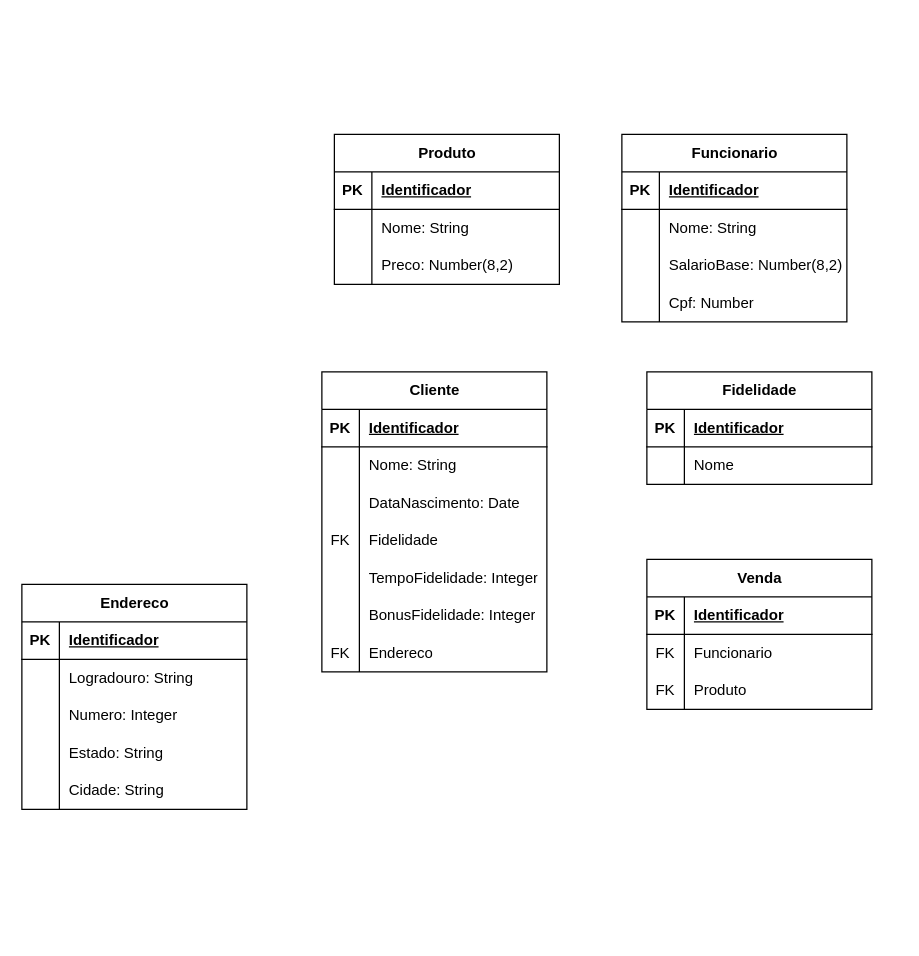
Earlier version of the draw.io diagram exercicios/exerc.drawio (LarissaAsito/DevInHouseM2S06). Source tidied: cells renumbered, new cells numbered last; positions are measured from the earlier drawing's top-left corner, leaving out a move shared by most shapes. Both pictures are drawn from the tidied source at 125%, with x=0, y=0 at pixel (21, 134).
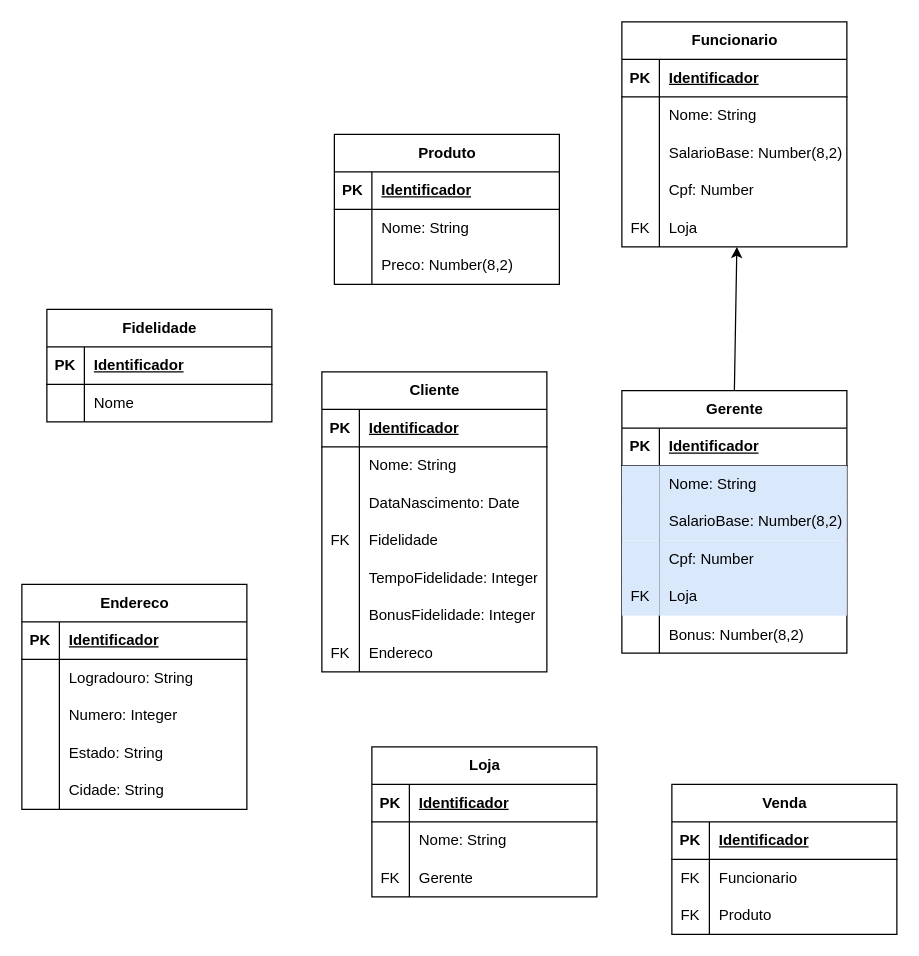
The same page after the edit.

Commit message:
Modificando exercicio 7

What changed in the source:
```diff
@@
     <mxCell id="12" value="Funcionario" style="shape=table;startSize=30;childLayout=tableLayout;rowLines=0;fontStyle=1;align=center;html=1;" parent="1" vertex="1">
-      <mxGeometry x="480" width="180" height="150" as="geometry" />
+      <mxGeometry x="480" y="-90" width="180" height="180" as="geometry" />
     </mxCell>
@@
+    <mxCell id="80" style="shape=tableRow;horizontal=0;startSize=0;swimlaneHead=0;swimlaneBody=0;fillColor=none;points=[[0,0.5],[1,0.5]];portConstraint=eastwest;top=0;left=0;right=0;bottom=0;" parent="12" vertex="1">
+      <mxGeometry y="150" width="180" height="30" as="geometry" />
+    </mxCell>
+    <mxCell id="81" value="FK" style="shape=partialRectangle;fillColor=none;top=0;left=0;bottom=0;right=0;fontStyle=0;overflow=hidden;whiteSpace=wrap;html=1;" parent="80" vertex="1">
+      <mxGeometry width="30" height="30" as="geometry" />
+    </mxCell>
+    <mxCell id="82" value="Loja" style="shape=partialRectangle;fillColor=none;top=0;left=0;bottom=0;right=0;align=left;spacingLeft=6;fontStyle=0;overflow=hidden;whiteSpace=wrap;html=1;" parent="80" vertex="1">
+      <mxGeometry x="30" width="150" height="30" as="geometry" />
+    </mxCell>
@@
     <mxCell id="47" value="Fidelidade" style="shape=table;startSize=30;childLayout=tableLayout;rowLines=0;fontStyle=1;align=center;html=1;" parent="1" vertex="1">
-      <mxGeometry x="500" y="190" width="180" height="90" as="geometry" />
+      <mxGeometry x="20" y="140" width="180" height="90" as="geometry" />
     </mxCell>
@@
     <mxCell id="54" value="Venda" style="shape=table;startSize=30;childLayout=tableLayout;rowLines=0;fontStyle=1;align=center;html=1;" parent="1" vertex="1">
-      <mxGeometry x="500" y="340" width="180" height="120" as="geometry" />
+      <mxGeometry x="520" y="520" width="180" height="120" as="geometry" />
     </mxCell>
@@
+    <mxCell id="83" value="Loja" style="shape=table;startSize=30;childLayout=tableLayout;rowLines=0;fontStyle=1;align=center;html=1;" parent="1" vertex="1">
+      <mxGeometry x="280" y="490" width="180" height="120" as="geometry" />
+    </mxCell>
+    <mxCell id="84" style="shape=tableRow;horizontal=0;startSize=0;swimlaneHead=0;swimlaneBody=0;fillColor=none;top=0;left=0;right=0;bottom=1;" parent="83" vertex="1">
+      <mxGeometry y="30" width="180" height="30" as="geometry" />
+    </mxCell>
+    <mxCell id="85" value="PK" style="shape=partialRectangle;fillColor=none;top=0;left=0;bottom=0;right=0;fontStyle=1;overflow=hidden;whiteSpace=wrap;html=1;" parent="84" vertex="1">
+      <mxGeometry width="30" height="30" as="geometry" />
+    </mxCell>
+    <mxCell id="86" value="Identificador" style="shape=partialRectangle;fillColor=none;top=0;left=0;bottom=0;right=0;align=left;spacingLeft=6;fontStyle=5;overflow=hidden;whiteSpace=wrap;html=1;" parent="84" vertex="1">
+      <mxGeometry x="30" width="150" height="30" as="geometry" />
+    </mxCell>
+    <mxCell id="87" style="shape=tableRow;horizontal=0;startSize=0;swimlaneHead=0;swimlaneBody=0;fillColor=none;top=0;left=0;right=0;bottom=0;" parent="83" vertex="1">
+      <mxGeometry y="60" width="180" height="30" as="geometry" />
+    </mxCell>
+    <mxCell id="88" style="shape=partialRectangle;fillColor=none;top=0;left=0;bottom=0;right=0;overflow=hidden;whiteSpace=wrap;html=1;" parent="87" vertex="1">
+      <mxGeometry width="30" height="30" as="geometry" />
+    </mxCell>
+    <mxCell id="89" value="Nome: String" style="shape=partialRectangle;fillColor=none;top=0;left=0;bottom=0;right=0;align=left;spacingLeft=6;overflow=hidden;whiteSpace=wrap;html=1;" parent="87" vertex="1">
+      <mxGeometry x="30" width="150" height="30" as="geometry" />
+    </mxCell>
+    <mxCell id="90" style="shape=tableRow;horizontal=0;startSize=0;swimlaneHead=0;swimlaneBody=0;fillColor=none;top=0;left=0;right=0;bottom=0;" parent="83" vertex="1">
+      <mxGeometry y="90" width="180" height="30" as="geometry" />
+    </mxCell>
+    <mxCell id="91" value="FK" style="shape=partialRectangle;fillColor=none;top=0;left=0;bottom=0;right=0;fontStyle=0;overflow=hidden;whiteSpace=wrap;html=1;" parent="90" vertex="1">
+      <mxGeometry width="30" height="30" as="geometry" />
+    </mxCell>
+    <mxCell id="92" value="Gerente" style="shape=partialRectangle;fillColor=none;top=0;left=0;bottom=0;right=0;align=left;spacingLeft=6;fontStyle=0;overflow=hidden;whiteSpace=wrap;html=1;" parent="90" vertex="1">
+      <mxGeometry x="30" width="150" height="30" as="geometry" />
+    </mxCell>
+    <mxCell id="93" value="Gerente" style="shape=table;startSize=30;childLayout=tableLayout;rowLines=0;fontStyle=1;align=center;html=1;" parent="1" vertex="1">
+      <mxGeometry x="480" y="205" width="180" height="210" as="geometry" />
+    </mxCell>
+    <mxCell id="94" style="shape=tableRow;horizontal=0;startSize=0;swimlaneHead=0;swimlaneBody=0;fillColor=none;top=0;left=0;right=0;bottom=1;" parent="93" vertex="1">
+      <mxGeometry y="30" width="180" height="30" as="geometry" />
+    </mxCell>
+    <mxCell id="95" value="PK" style="shape=partialRectangle;fillColor=none;top=0;left=0;bottom=0;right=0;fontStyle=1;overflow=hidden;whiteSpace=wrap;html=1;" parent="94" vertex="1">
+      <mxGeometry width="30" height="30" as="geometry" />
+    </mxCell>
+    <mxCell id="96" value="Identificador" style="shape=partialRectangle;fillColor=none;top=0;left=0;bottom=0;right=0;align=left;spacingLeft=6;fontStyle=5;overflow=hidden;whiteSpace=wrap;html=1;" parent="94" vertex="1">
+      <mxGeometry x="30" width="150" height="30" as="geometry" />
+    </mxCell>
+    <mxCell id="97" style="shape=tableRow;horizontal=0;startSize=0;swimlaneHead=0;swimlaneBody=0;fillColor=none;top=0;left=0;right=0;bottom=0;" parent="93" vertex="1">
+      <mxGeometry y="60" width="180" height="30" as="geometry" />
+    </mxCell>
+    <mxCell id="98" style="shape=partialRectangle;fillColor=#dae8fc;top=0;left=0;bottom=0;right=0;overflow=hidden;whiteSpace=wrap;html=1;strokeColor=#6c8ebf;" parent="97" vertex="1">
+      <mxGeometry width="30" height="30" as="geometry" />
+    </mxCell>
+    <mxCell id="99" value="Nome: String" style="shape=partialRectangle;fillColor=#dae8fc;top=0;left=0;bottom=0;right=0;align=left;spacingLeft=6;overflow=hidden;whiteSpace=wrap;html=1;strokeColor=#6c8ebf;" parent="97" vertex="1">
+      <mxGeometry x="30" width="150" height="30" as="geometry" />
+    </mxCell>
+    <mxCell id="100" style="shape=tableRow;horizontal=0;startSize=0;swimlaneHead=0;swimlaneBody=0;fillColor=none;top=0;left=0;right=0;bottom=0;" parent="93" vertex="1">
+      <mxGeometry y="90" width="180" height="30" as="geometry" />
+    </mxCell>
+    <mxCell id="101" style="shape=partialRectangle;fillColor=#dae8fc;top=0;left=0;bottom=0;right=0;overflow=hidden;whiteSpace=wrap;html=1;strokeColor=#6c8ebf;" parent="100" vertex="1">
+      <mxGeometry width="30" height="30" as="geometry" />
+    </mxCell>
+    <mxCell id="102" value="SalarioBase: Number(8,2)" style="shape=partialRectangle;fillColor=#dae8fc;top=0;left=0;bottom=0;right=0;align=left;spacingLeft=6;overflow=hidden;whiteSpace=wrap;html=1;strokeColor=#6c8ebf;" parent="100" vertex="1">
+      <mxGeometry x="30" width="150" height="30" as="geometry" />
+    </mxCell>
+    <mxCell id="103" style="shape=tableRow;horizontal=0;startSize=0;swimlaneHead=0;swimlaneBody=0;fillColor=none;top=0;left=0;right=0;bottom=0;" parent="93" vertex="1">
+      <mxGeometry y="120" width="180" height="30" as="geometry" />
+    </mxCell>
+    <mxCell id="104" style="shape=partialRectangle;fillColor=#dae8fc;top=0;left=0;bottom=0;right=0;overflow=hidden;whiteSpace=wrap;html=1;strokeColor=#6c8ebf;" parent="103" vertex="1">
+      <mxGeometry width="30" height="30" as="geometry" />
+    </mxCell>
+    <mxCell id="105" value="Cpf: Number" style="shape=partialRectangle;fillColor=#dae8fc;top=0;left=0;bottom=0;right=0;align=left;spacingLeft=6;overflow=hidden;whiteSpace=wrap;html=1;strokeColor=#6c8ebf;" parent="103" vertex="1">
+      <mxGeometry x="30" width="150" height="30" as="geometry" />
+    </mxCell>
+    <mxCell id="106" style="shape=tableRow;horizontal=0;startSize=0;swimlaneHead=0;swimlaneBody=0;fillColor=none;top=0;left=0;right=0;bottom=0;" parent="93" vertex="1">
+      <mxGeometry y="150" width="180" height="30" as="geometry" />
+    </mxCell>
+    <mxCell id="107" value="FK" style="shape=partialRectangle;fillColor=#dae8fc;top=0;left=0;bottom=0;right=0;fontStyle=0;overflow=hidden;whiteSpace=wrap;html=1;strokeColor=#6c8ebf;" parent="106" vertex="1">
+      <mxGeometry width="30" height="30" as="geometry" />
+    </mxCell>
+    <mxCell id="108" value="Loja" style="shape=partialRectangle;fillColor=#dae8fc;top=0;left=0;bottom=0;right=0;align=left;spacingLeft=6;fontStyle=0;overflow=hidden;whiteSpace=wrap;html=1;strokeColor=#6c8ebf;" parent="106" vertex="1">
+      <mxGeometry x="30" width="150" height="30" as="geometry" />
+    </mxCell>
+    <mxCell id="109" style="shape=tableRow;horizontal=0;startSize=0;swimlaneHead=0;swimlaneBody=0;fillColor=none;top=0;left=0;right=0;bottom=0;" parent="93" vertex="1">
+      <mxGeometry y="180" width="180" height="30" as="geometry" />
+    </mxCell>
+    <mxCell id="110" style="shape=partialRectangle;fillColor=none;top=0;left=0;bottom=0;right=0;overflow=hidden;" parent="109" vertex="1">
+      <mxGeometry width="30" height="30" as="geometry" />
+    </mxCell>
+    <mxCell id="111" value="Bonus: Number(8,2)" style="shape=partialRectangle;fillColor=none;top=0;left=0;bottom=0;right=0;align=left;spacingLeft=6;overflow=hidden;" parent="109" vertex="1">
+      <mxGeometry x="30" width="150" height="30" as="geometry" />
+    </mxCell>
+    <mxCell id="112" style="endArrow=classic;html=1;rounded=0;exitX=0.5;exitY=0;exitDx=0;exitDy=0;entryX=0.511;entryY=1;entryDx=0;entryDy=0;entryPerimeter=0;" parent="1" edge="1" source="93" target="80">
+      <mxGeometry relative="1" as="geometry" />
+    </mxCell>
```
